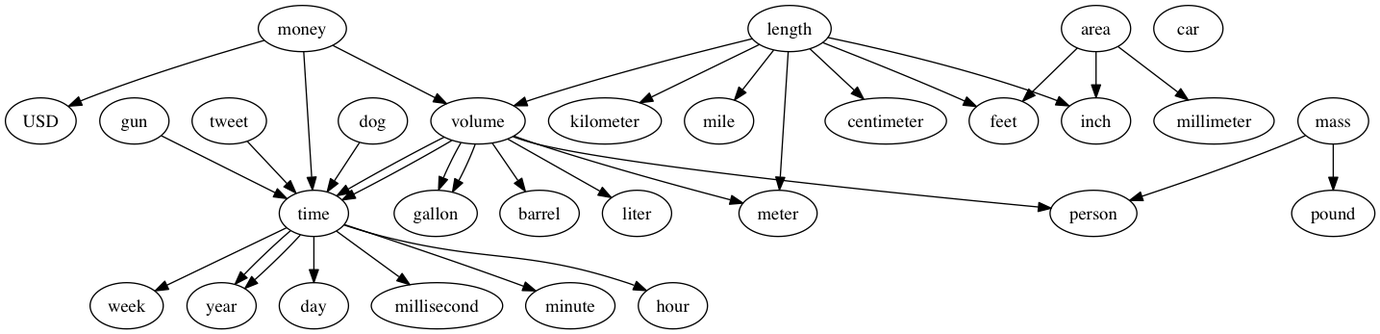
Before: doc/units.png, a diagram exported from Graphviz (arunchaganty/contextual-comparatives). Its source is kept beside it as doc/units.dot.
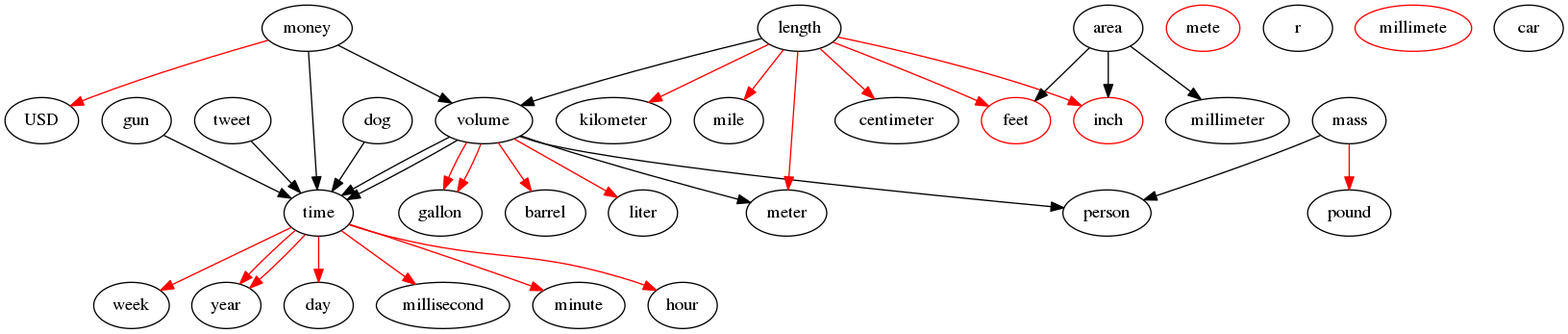
The same diagram one commit later.

Commit message:
Updated units and numeric_data

What changed in the source:
```diff
@@ -1,33 +1,31 @@
 digraph units {
- money -> USD;
+ money -> USD [color=red];
 
- volume -> gallon;
+ time -> millisecond [color=red];
+ time -> second [color=red];
+ time -> minute [color=red];
+ time -> hour [color=red];
+ time -> day [color=red];
+ time -> week [color=red];
+ time -> year [color=red];
 
- time -> week;
- time -> year;
- time -> day;
- time -> millisecond;
- time -> minute;
- time -> hour;
- time -> year;
+ mass -> pound [color=red];
 
- mass -> pound;
+ volume -> barrel [color=red];
+ volume -> gallon [color=red];
+ volume -> liter [color=red];
+ volume -> meter meter meter [color=red];
 
- volume -> barrel;
- volume -> gallon;
- volume -> liter;
- volume -> meter meter meter;
+ length -> centimeter [color=red];
+ length -> feet [color=red];
+ length -> inch [color=red];
+ length -> kilometer [color=red];
+ length -> meter [color=red];
+ length -> mile [color=red];
 
- length -> centimeter;
- length -> feet;
- length -> inch;
- length -> kilometer;
- length -> meter;
- length -> mile;
-
- area -> feet feet;
- area -> inch inch;
- area -> millimeter millimeter;
+ area -> millimeter millimeter [color=red];
+ area -> inch inch [color=red];
+ area -> feet feet [color=red];
 
  car
  dog
```
